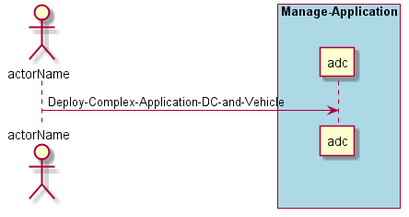
CAADE/ADC keeps this PlantUML diagram as docs/UseCases/Manage-Applications/Deploy-Complex-Application-DC-and-Vehicle.png. Above is the earlier version.
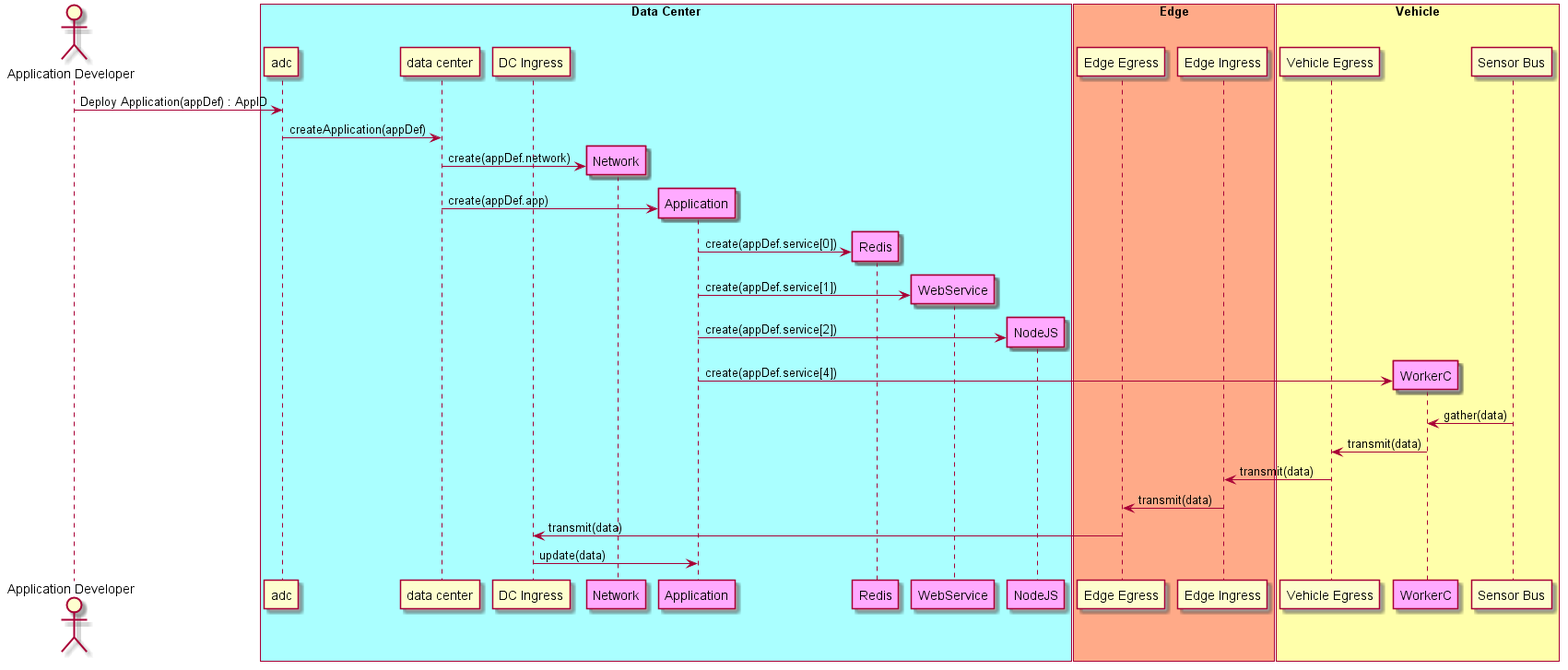
After the commit.

Change to the diagram source:
```diff
@@ -1,9 +1,39 @@
 @startuml
-Actor "actorName" as A
+Actor "Application Developer" as dev
 
-box "Manage-Application" #lightblue
-participant "adc" as S
-A -> S : Deploy-Complex-Application-DC-and-Vehicle
+box "Data Center" #aaffff
+    participant "adc" as S
+    participant "data center" as DC
+    participant "DC Ingress" as DCI
+    dev -> S : Deploy Application(appDef) : AppID
+    S -> DC : createApplication(appDef)
+    create "Network" as net #ffaaff
+    DC -> net : create(appDef.network)
+    create "Application" as app #ffaaff
+    DC -> app : create(appDef.app)
+    create "Redis" as redis #ffaaff
+    app -> redis : create(appDef.service[0])
+    create "WebService" as web #ffaaff
+    app -> web: create(appDef.service[1])
+    create "NodeJS" as node #ffaaff
+    app -> node: create(appDef.service[2])
 end box
+box "Edge" #ffaa88
+    participant "Edge Egress" as EE
+    participant "Edge Ingress" as EI
+end box
+box "Vehicle" #ffffaa
+    participant "Vehicle Egress" as CE
+    create WorkerC as workerc #ffaaff
+    app -> workerc: create(appDef.service[4])
+    participant "Sensor Bus" as CI
+end box
+CI -> workerc : gather(data)
+workerc -> CE : transmit(data)
+CE -> EI : transmit(data)
+EI -> EE : transmit(data)
+EE -> DCI : transmit(data)
+DCI -> app : update(data)
+
 
 @enduml
```
